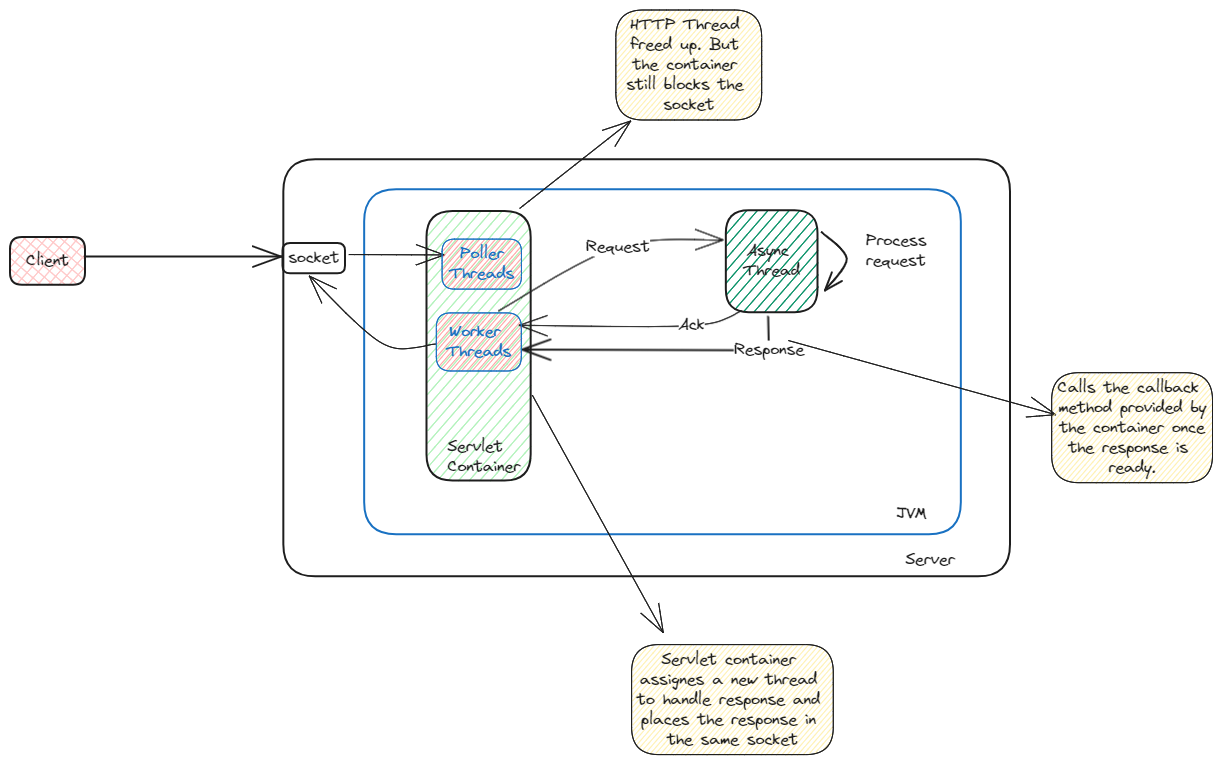
Above: static/img/async-http-servlets.excalidraw.png in swaroopar/inprogress-engineer (Excalidraw), before the change. Source tidied: one line per element, renumbered; positions are measured from the earlier drawing's top-left corner, leaving out a move shared by most shapes.
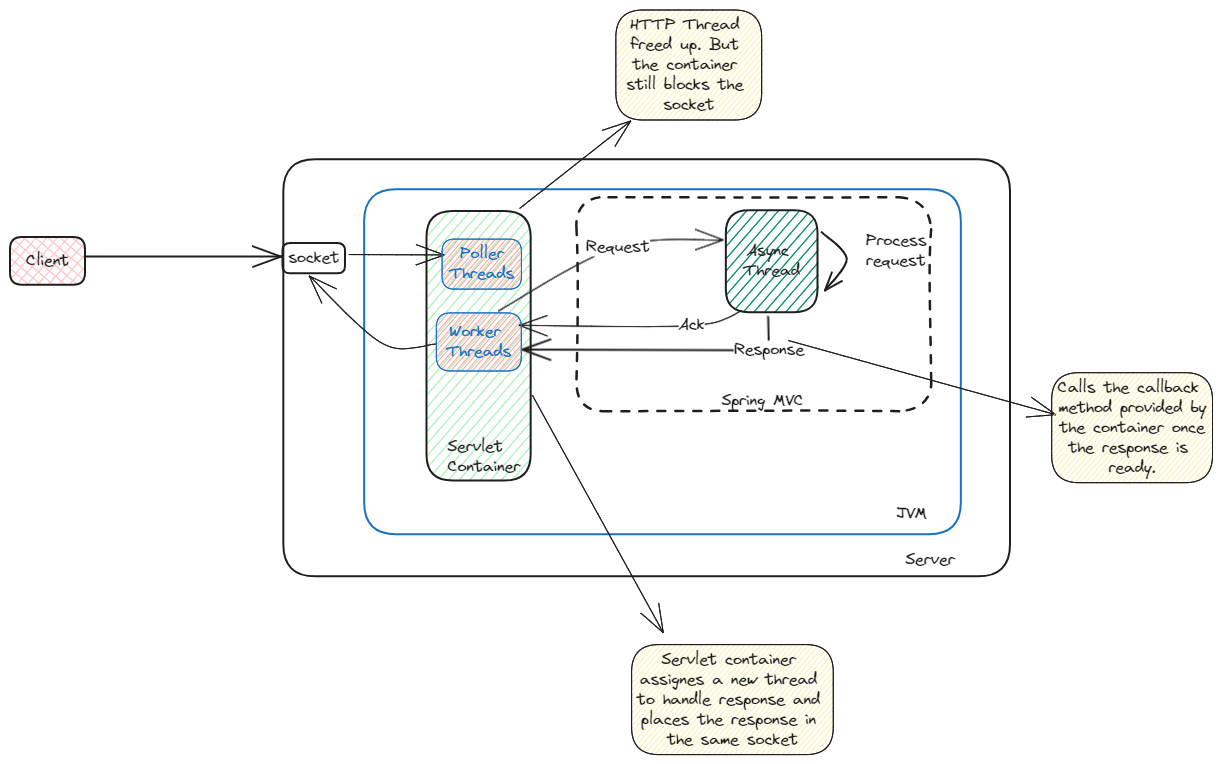
After the commit.

Diff of the diagram source:
```diff
@@ -34,3 +34,5 @@
 {"id": 33, "type": "text", "text": "Poller\nThreads", "strokeColor": "#1971c2", "backgroundColor": "#ff8787", "fillStyle": "hachure", "strokeWidth": 1, "roughness": 0, "fontSize": 16, "fontFamily": 1, "textAlign": "center", "verticalAlign": "middle", "inside": 32, "x": 439, "y": 234, "width": 65, "height": 40}
 {"id": 34, "type": "rectangle", "strokeColor": "#1971c2", "backgroundColor": "#ff8787", "fillStyle": "hachure", "strokeWidth": 1, "roughness": 0, "round": true, "x": 426, "y": 303, "width": 85, "height": 58}
 {"id": 35, "type": "text", "text": "Worker \nThreads", "strokeColor": "#1971c2", "backgroundColor": "#ff8787", "fillStyle": "hachure", "strokeWidth": 1, "roughness": 0, "fontSize": 16, "fontFamily": 1, "textAlign": "center", "verticalAlign": "middle", "inside": 34, "x": 436, "y": 312, "width": 65, "height": 40}
+{"id": 36, "type": "rectangle", "strokeColor": "#1e1e1e", "strokeWidth": 2, "strokeStyle": "dashed", "roughness": 1, "round": true, "x": 567, "y": 187, "width": 355, "height": 214}
+{"id": 37, "type": "text", "text": "Spring MVC", "strokeColor": "#1e1e1e", "strokeWidth": 2, "strokeStyle": "dashed", "roughness": 1, "fontSize": 16, "fontFamily": 1, "x": 712, "y": 381, "width": 82, "height": 20}
```
